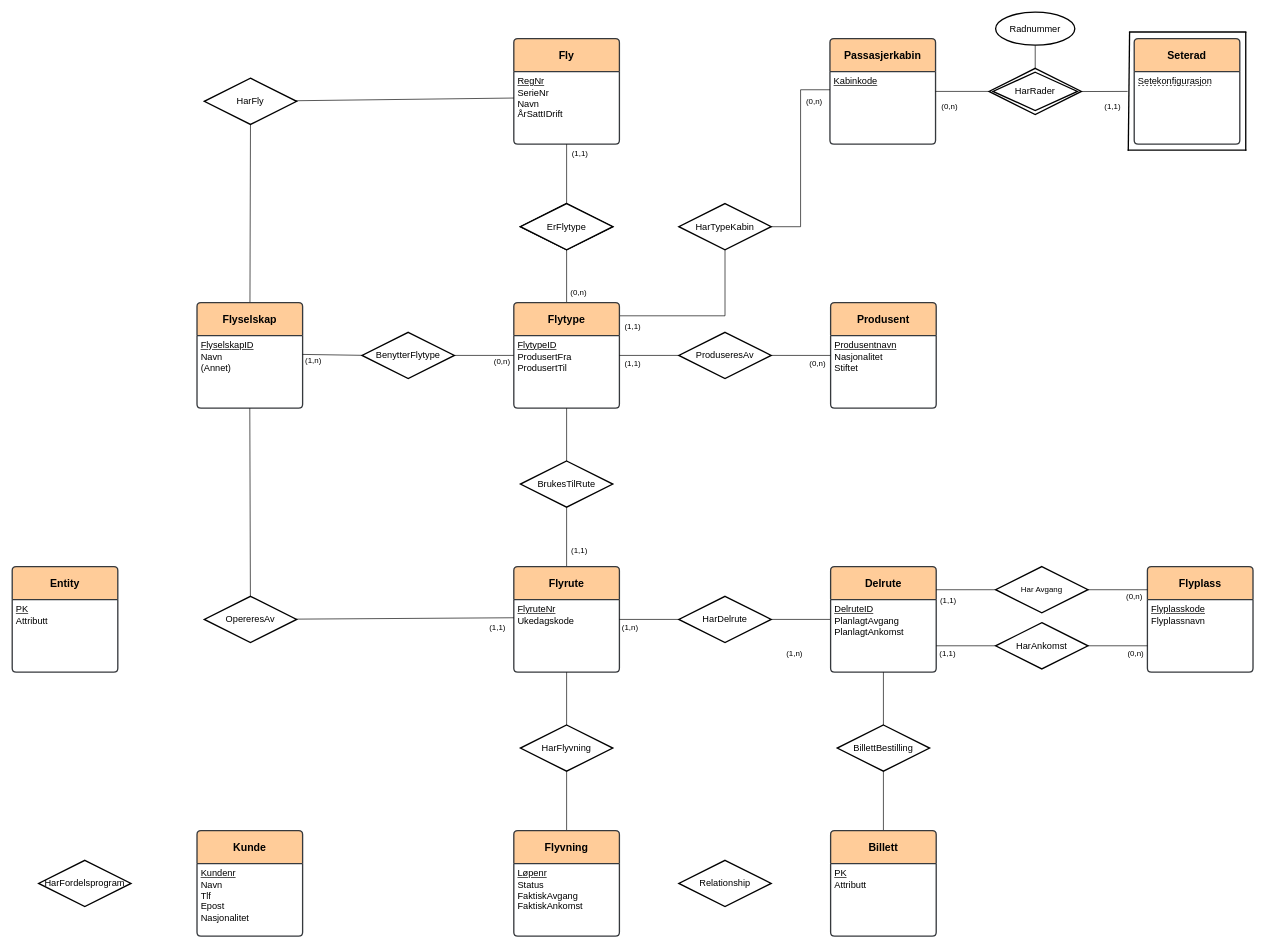
The draw.io diagram ER-modell_2.drawio in EinarJohannes/TDT4145_project, before the edit. Source tidied: cells renumbered, new cells numbered last; positions are measured from the earlier drawing's top-left corner, leaving out a move shared by most shapes. Both pictures are drawn from the tidied source at 66%, with x=0, y=0 at pixel (12, 12).
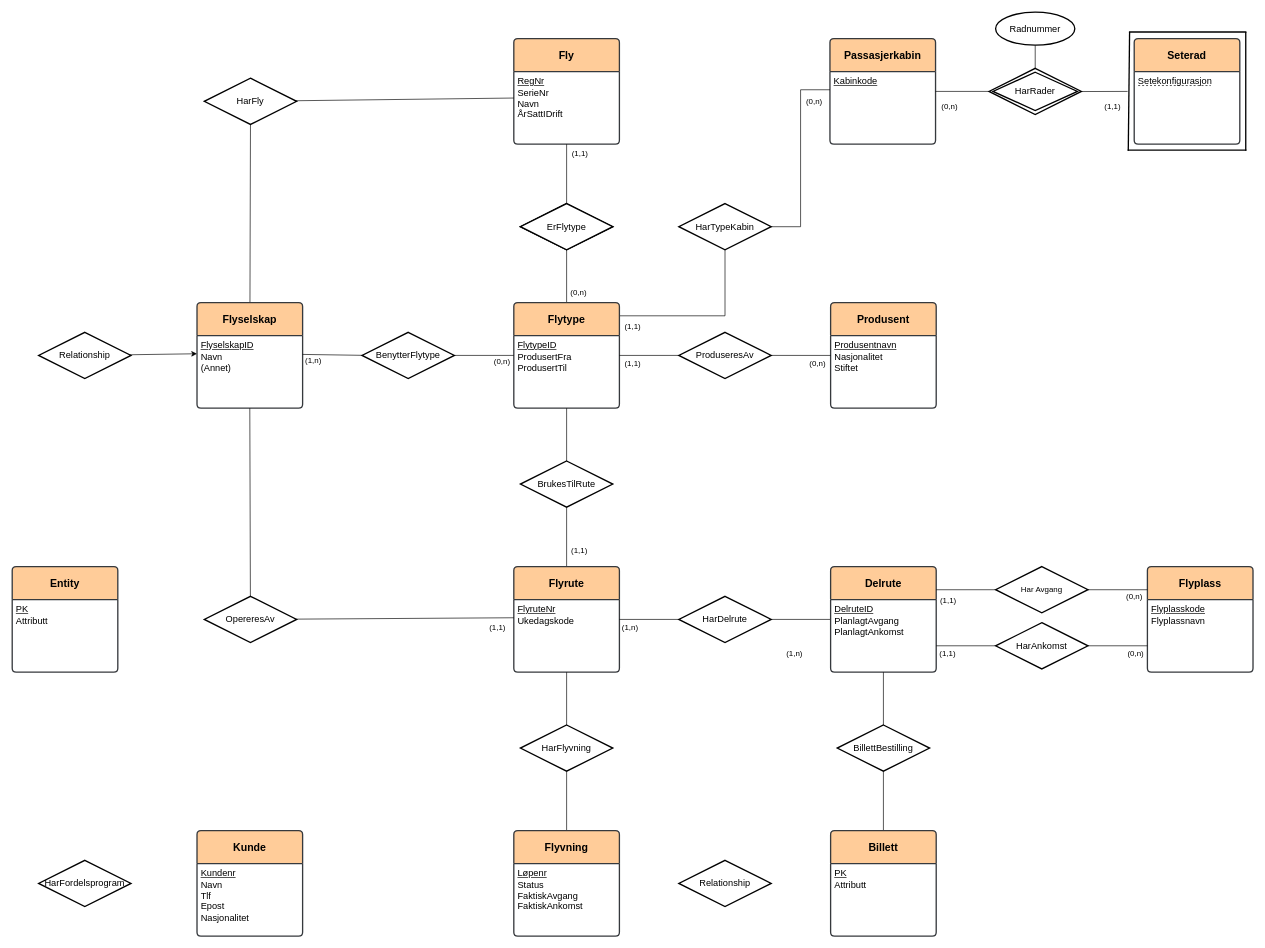
The same page after the edit.

The change refers to these unchanged cells:
```xml
<mxCell id="5" value="&lt;div style=&quot;&quot;&gt;&lt;span style=&quot;font-size: 14px;&quot;&gt;&lt;u&gt;FlyselskapID&lt;/u&gt;&lt;/span&gt;&lt;/div&gt;&lt;div style=&quot;&quot;&gt;&lt;span style=&quot;font-size: 14px;&quot;&gt;Navn&lt;/span&gt;&lt;/div&gt;&lt;div style=&quot;&quot;&gt;&lt;span style=&quot;font-size: 14px;&quot;&gt;(Annet)&lt;/span&gt;&lt;/div&gt;" style="align=left;strokeColor=none;fillColor=none;spacingLeft=4;fontSize=12;verticalAlign=top;html=1;" parent="4" vertex="1">
  <mxGeometry y="50" width="160" height="110" as="geometry" />
</mxCell>
```

Change to the diagram source:
```diff
@@
+    <mxCell id="96" style="edgeStyle=none;html=1;entryX=0;entryY=0.25;entryDx=0;entryDy=0;" parent="1" edge="1" source="97" target="5">
+      <mxGeometry relative="1" as="geometry" />
+    </mxCell>
+    <mxCell id="97" value="&lt;font style=&quot;font-size: 14px;&quot;&gt;Relationship&lt;/font&gt;" style="shape=rhombus;perimeter=rhombusPerimeter;whiteSpace=wrap;html=1;align=center;strokeWidth=2;" parent="1" vertex="1">
+      <mxGeometry x="40" y="485" width="140" height="70" as="geometry" />
+    </mxCell>
```
